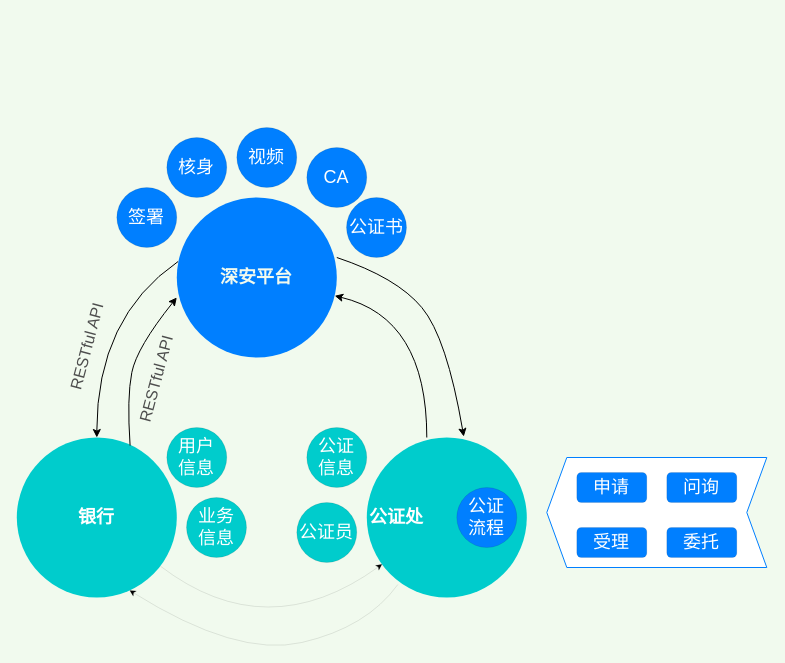
Earlier version of the draw.io diagram page "梳理赋强" (1 of 2) of 赋强创新思路.drawio (wuyongfeng/wuyongfeng). Source tidied: cells renumbered, new cells numbered last; positions are measured from the earlier drawing's top-left corner, leaving out a move shared by most shapes. Both pictures are drawn from the tidied source at 100%, with x=0, y=0 at pixel (6, 127).
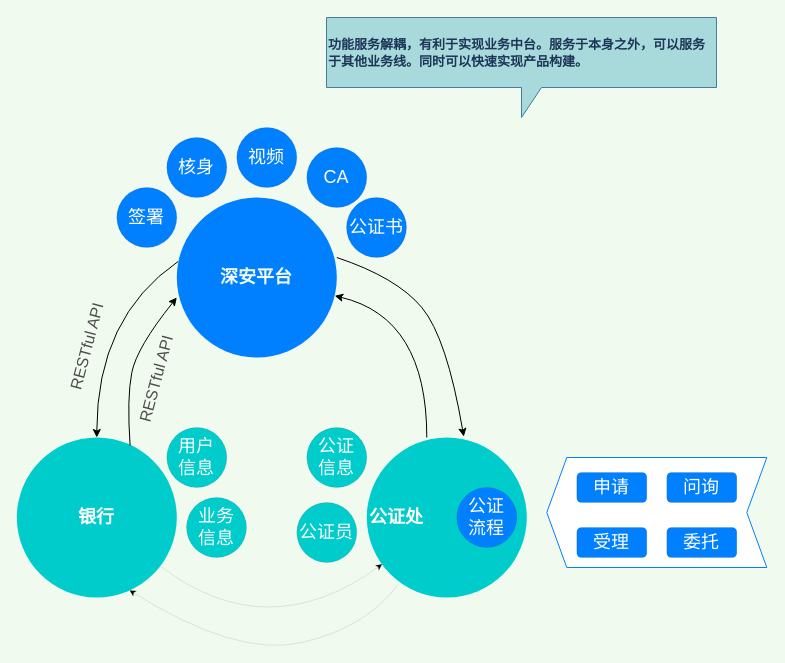
The same diagram, later.

What changed in the source:
```diff
@@
+    <mxCell id="29" value="&lt;div&gt;&lt;div&gt;&lt;span style=&quot;font-family: &amp;#34;larkhacksafarifont&amp;#34; , &amp;#34;larkemojifont&amp;#34; , &amp;#34;larkchinesequote&amp;#34; , , &amp;#34;blinkmacsystemfont&amp;#34; , &amp;#34;helvetica neue&amp;#34; , &amp;#34;arial&amp;#34; , &amp;#34;segoe ui&amp;#34; , &amp;#34;pingfang sc&amp;#34; , &amp;#34;microsoft yahei&amp;#34; , &amp;#34;hiragino sans gb&amp;#34; , sans-serif , &amp;#34;apple color emoji&amp;#34; , &amp;#34;segoe ui emoji&amp;#34; , &amp;#34;segoe ui symbol&amp;#34; , &amp;#34;noto color emoji&amp;#34;&quot;&gt;&lt;span style=&quot;font-size: 13px&quot;&gt;功能服务解耦，有利于实现业务中台。服务于本身之外，可以服务于其他业务线。同时可以快速实现产品构建。&lt;/span&gt;&lt;/span&gt;&lt;/div&gt;&lt;/div&gt;" style="shape=callout;whiteSpace=wrap;html=1;perimeter=calloutPerimeter;labelBackgroundColor=none;labelBorderColor=none;fontSize=14;fillColor=#A8DADC;strokeColor=#457B9D;fontColor=#1D3557;fontStyle=1;align=left;" parent="1" vertex="1">
+      <mxGeometry x="320" y="-110" width="390" height="100" as="geometry" />
+    </mxCell>
```
